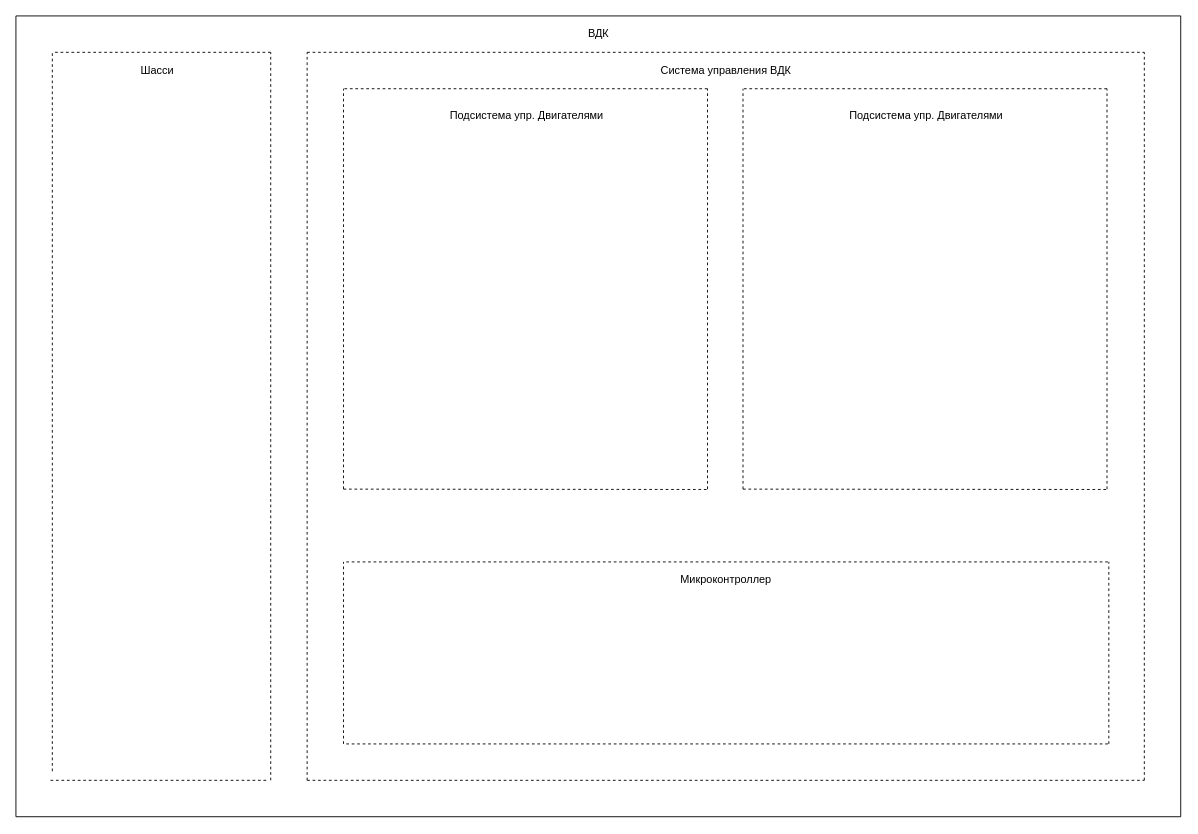
The draw.io diagram Наработки/Схемы/Функциональная схема 2.0.drawio in AlexRussellGit/VKR---Russell-Alexander, before the edit. Source tidied: cells renumbered, new cells numbered last; positions are measured from the earlier drawing's top-left corner, leaving out a move shared by most shapes. Both pictures are drawn from the tidied source at 91%, with x=0, y=0 at pixel (15, 15).
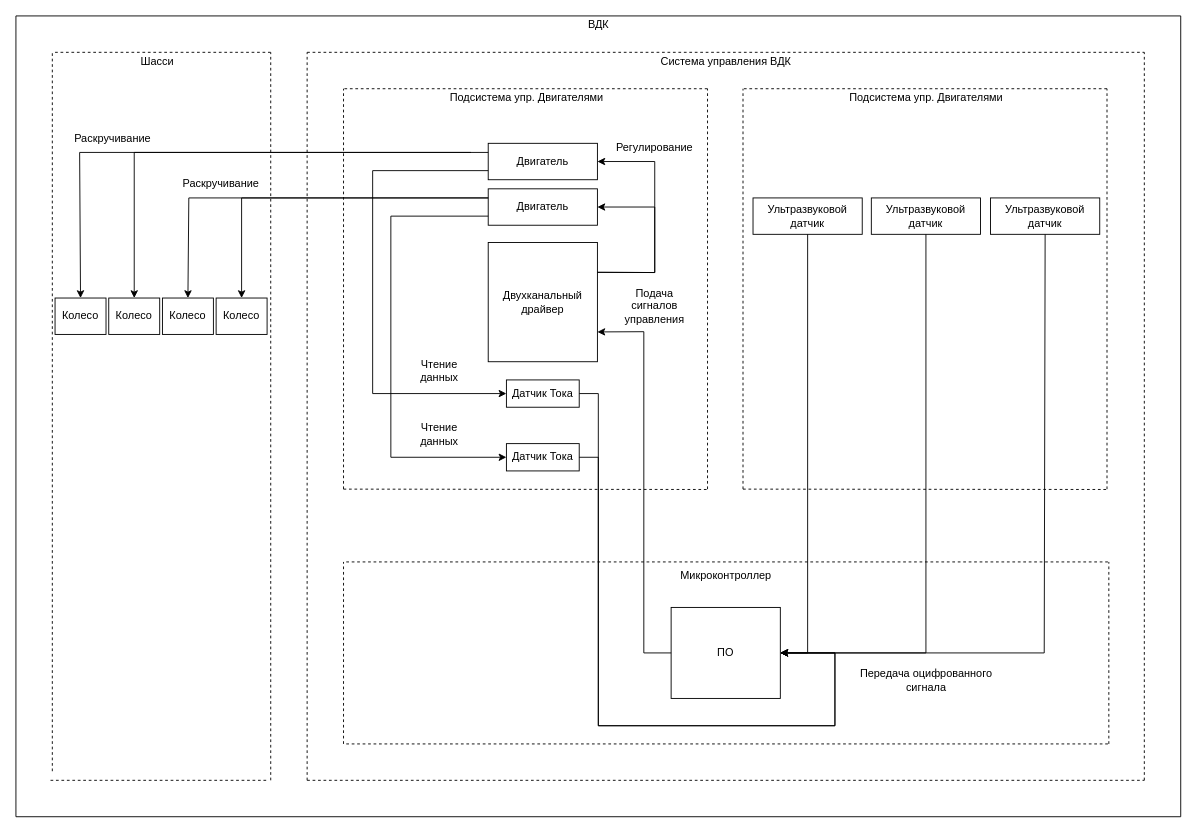
After the change.

Diff of the diagram source:
```diff
@@
     <mxCell id="6" value="ВДК" style="text;html=1;align=center;verticalAlign=middle;strokeColor=none;fillColor=none;" parent="1" vertex="1">
-      <mxGeometry x="620" y="10" width="40" height="20" as="geometry" />
+      <mxGeometry x="620" width="40" height="20" as="geometry" />
     </mxCell>
     <mxCell id="7" value="Шасси" style="text;html=1;align=center;verticalAlign=middle;strokeColor=none;fillColor=none;" parent="1" vertex="1">
-      <mxGeometry x="130" y="50" width="50" height="20" as="geometry" />
+      <mxGeometry x="130" y="40" width="50" height="20" as="geometry" />
     </mxCell>
     <mxCell id="8" value="Система управления ВДК" style="text;html=1;align=center;verticalAlign=middle;strokeColor=none;fillColor=none;" parent="1" vertex="1">
-      <mxGeometry x="700" y="50" width="160" height="20" as="geometry" />
+      <mxGeometry x="700" y="40" width="160" height="20" as="geometry" />
     </mxCell>
     <mxCell id="9" value="Подсистема упр. Двигателями" style="text;html=1;align=center;verticalAlign=middle;strokeColor=none;fillColor=none;" parent="1" vertex="1">
-      <mxGeometry x="471" y="100" width="180" height="20" as="geometry" />
+      <mxGeometry x="471" y="80" width="180" height="20" as="geometry" />
     </mxCell>
@@
     <mxCell id="22" value="Подсистема упр. Двигателями" style="text;html=1;align=center;verticalAlign=middle;strokeColor=none;fillColor=none;" parent="1" vertex="1">
-      <mxGeometry x="910" y="100" width="180" height="20" as="geometry" />
+      <mxGeometry x="910" y="80" width="180" height="20" as="geometry" />
     </mxCell>
@@
     <mxCell id="31" value="Микроконтроллер" style="text;html=1;align=center;verticalAlign=middle;strokeColor=none;fillColor=none;" parent="1" vertex="1">
-      <mxGeometry x="710" y="605" width="140" height="30" as="geometry" />
+      <mxGeometry x="710" y="600" width="140" height="30" as="geometry" />
     </mxCell>
+    <mxCell id="32" value="Двигатель" style="rounded=0;whiteSpace=wrap;html=1;" parent="1" vertex="1">
+      <mxGeometry x="519" y="140" width="120" height="40" as="geometry" />
+    </mxCell>
+    <mxCell id="33" value="Двигатель" style="rounded=0;whiteSpace=wrap;html=1;" parent="1" vertex="1">
+      <mxGeometry x="519" y="190" width="120" height="40" as="geometry" />
+    </mxCell>
+    <mxCell id="34" value="Колесо" style="rounded=0;whiteSpace=wrap;html=1;" parent="1" vertex="1">
+      <mxGeometry x="43" y="310" width="56" height="40" as="geometry" />
+    </mxCell>
+    <mxCell id="35" value="Колесо" style="rounded=0;whiteSpace=wrap;html=1;" parent="1" vertex="1">
+      <mxGeometry x="161" y="310" width="56" height="40" as="geometry" />
+    </mxCell>
+    <mxCell id="36" value="Колесо" style="rounded=0;whiteSpace=wrap;html=1;" parent="1" vertex="1">
+      <mxGeometry x="102" y="310" width="56" height="40" as="geometry" />
+    </mxCell>
+    <mxCell id="37" value="Колесо" style="rounded=0;whiteSpace=wrap;html=1;" parent="1" vertex="1">
+      <mxGeometry x="220" y="310" width="56" height="40" as="geometry" />
+    </mxCell>
+    <mxCell id="38" value="ПО" style="rounded=0;whiteSpace=wrap;html=1;" parent="1" vertex="1">
+      <mxGeometry x="720" y="650" width="120" height="100" as="geometry" />
+    </mxCell>
+    <mxCell id="39" style="endArrow=classic;html=1;rounded=0;entryX=0.5;entryY=0;entryDx=0;entryDy=0;" parent="1" edge="1" target="34">
+      <mxGeometry relative="1" as="geometry">
+        <mxPoint x="500" y="150" as="sourcePoint" />
+        <Array as="points">
+          <mxPoint x="70" y="150" />
+        </Array>
+      </mxGeometry>
+    </mxCell>
+    <mxCell id="40" style="endArrow=classic;html=1;rounded=0;exitX=0;exitY=0.25;exitDx=0;exitDy=0;entryX=0.5;entryY=0;entryDx=0;entryDy=0;" parent="1" edge="1" source="32" target="36">
+      <mxGeometry relative="1" as="geometry">
+        <Array as="points">
+          <mxPoint x="130" y="150" />
+        </Array>
+      </mxGeometry>
+    </mxCell>
+    <mxCell id="41" style="endArrow=classic;html=1;rounded=0;entryX=0.5;entryY=0;entryDx=0;entryDy=0;exitX=0;exitY=0.25;exitDx=0;exitDy=0;" parent="1" edge="1" source="33" target="35">
+      <mxGeometry relative="1" as="geometry">
+        <Array as="points">
+          <mxPoint x="190" y="200" />
+        </Array>
+      </mxGeometry>
+    </mxCell>
+    <mxCell id="42" style="endArrow=classic;html=1;rounded=0;entryX=0.5;entryY=0;entryDx=0;entryDy=0;exitX=0;exitY=0.25;exitDx=0;exitDy=0;" parent="1" edge="1" source="33" target="37">
+      <mxGeometry relative="1" as="geometry">
+        <Array as="points">
+          <mxPoint x="248" y="200" />
+        </Array>
+      </mxGeometry>
+    </mxCell>
+    <mxCell id="43" value="Раскручивание" style="text;html=1;align=center;verticalAlign=middle;strokeColor=none;fillColor=none;" parent="1" vertex="1">
+      <mxGeometry x="165" y="170" width="120" height="30" as="geometry" />
+    </mxCell>
+    <mxCell id="44" style="endArrow=classic;html=1;rounded=0;entryX=1;entryY=0.75;entryDx=0;entryDy=0;exitX=0;exitY=0.5;exitDx=0;exitDy=0;" parent="1" edge="1" source="38" target="56">
+      <mxGeometry relative="1" as="geometry">
+        <Array as="points">
+          <mxPoint x="690" y="700" />
+          <mxPoint x="690" y="347" />
+        </Array>
+      </mxGeometry>
+    </mxCell>
+    <mxCell id="45" value="Регулирование" style="text;html=1;strokeColor=none;fillColor=none;align=center;verticalAlign=middle;whiteSpace=wrap;rounded=0;" parent="1" vertex="1">
+      <mxGeometry x="672" y="130" width="60" height="30" as="geometry" />
+    </mxCell>
+    <mxCell id="46" value="Раскручивание" style="text;html=1;align=center;verticalAlign=middle;strokeColor=none;fillColor=none;" parent="1" vertex="1">
+      <mxGeometry x="46" y="120" width="120" height="30" as="geometry" />
+    </mxCell>
+    <mxCell id="47" value="Датчик Тока" style="rounded=0;whiteSpace=wrap;html=1;" parent="1" vertex="1">
+      <mxGeometry x="539" y="400" width="80" height="30" as="geometry" />
+    </mxCell>
+    <mxCell id="48" value="Датчик Тока" style="rounded=0;whiteSpace=wrap;html=1;" parent="1" vertex="1">
+      <mxGeometry x="539" y="470" width="80" height="30" as="geometry" />
+    </mxCell>
+    <mxCell id="49" style="endArrow=classic;html=1;rounded=0;exitX=0;exitY=0.75;exitDx=0;exitDy=0;entryX=0;entryY=0.5;entryDx=0;entryDy=0;" parent="1" edge="1" source="32" target="47">
+      <mxGeometry relative="1" as="geometry">
+        <Array as="points">
+          <mxPoint x="392" y="170" />
+          <mxPoint x="392" y="415" />
+        </Array>
+      </mxGeometry>
+    </mxCell>
+    <mxCell id="50" style="endArrow=classic;html=1;rounded=0;exitX=0;exitY=0.75;exitDx=0;exitDy=0;entryX=0;entryY=0.5;entryDx=0;entryDy=0;" parent="1" edge="1" source="33" target="48">
+      <mxGeometry relative="1" as="geometry">
+        <Array as="points">
+          <mxPoint x="412" y="220" />
+          <mxPoint x="412" y="485" />
+        </Array>
+      </mxGeometry>
+    </mxCell>
+    <mxCell id="51" value="&lt;div&gt;Чтение&lt;/div&gt;&lt;div&gt;данных&lt;br&gt;&lt;/div&gt;" style="text;html=1;align=center;verticalAlign=middle;strokeColor=none;fillColor=none;" parent="1" vertex="1">
+      <mxGeometry x="430" y="370" width="70" height="40" as="geometry" />
+    </mxCell>
+    <mxCell id="52" value="&lt;div&gt;Чтение&lt;/div&gt;&lt;div&gt;данных&lt;/div&gt;" style="text;html=1;align=center;verticalAlign=middle;strokeColor=none;fillColor=none;" parent="1" vertex="1">
+      <mxGeometry x="430" y="440" width="70" height="40" as="geometry" />
+    </mxCell>
+    <mxCell id="53" style="endArrow=classic;html=1;rounded=0;exitX=1;exitY=0.5;exitDx=0;exitDy=0;entryX=1;entryY=0.5;entryDx=0;entryDy=0;" parent="1" edge="1" source="47" target="38">
+      <mxGeometry relative="1" as="geometry">
+        <Array as="points">
+          <mxPoint x="640" y="415" />
+          <mxPoint x="640" y="780" />
+          <mxPoint x="900" y="780" />
+          <mxPoint x="900" y="700" />
+        </Array>
+      </mxGeometry>
+    </mxCell>
+    <mxCell id="54" style="endArrow=classic;html=1;rounded=0;exitX=1;exitY=0.5;exitDx=0;exitDy=0;entryX=1;entryY=0.5;entryDx=0;entryDy=0;" parent="1" edge="1" source="48" target="38">
+      <mxGeometry relative="1" as="geometry">
+        <Array as="points">
+          <mxPoint x="640" y="485" />
+          <mxPoint x="640" y="780" />
+          <mxPoint x="900" y="780" />
+          <mxPoint x="900" y="700" />
+        </Array>
+      </mxGeometry>
+    </mxCell>
+    <mxCell id="55" value="&lt;div align=&quot;center&quot;&gt;Передача оцифрованного&lt;br&gt;&lt;/div&gt;&lt;div align=&quot;center&quot;&gt;сигнала&lt;br&gt;&lt;/div&gt;" style="text;html=1;align=center;verticalAlign=middle;strokeColor=none;fillColor=none;" parent="1" vertex="1">
+      <mxGeometry x="905" y="710" width="190" height="40" as="geometry" />
+    </mxCell>
+    <mxCell id="56" value="Двухканальный драйвер" style="rounded=0;whiteSpace=wrap;html=1;" parent="1" vertex="1">
+      <mxGeometry x="519" y="249" width="120" height="131" as="geometry" />
+    </mxCell>
+    <mxCell id="57" style="endArrow=classic;html=1;rounded=0;exitX=1;exitY=0.25;exitDx=0;exitDy=0;entryX=1;entryY=0.5;entryDx=0;entryDy=0;" parent="1" edge="1" source="56" target="32">
+      <mxGeometry relative="1" as="geometry">
+        <Array as="points">
+          <mxPoint x="702" y="282" />
+          <mxPoint x="702" y="160" />
+        </Array>
+      </mxGeometry>
+    </mxCell>
+    <mxCell id="58" style="endArrow=classic;html=1;rounded=0;exitX=1;exitY=0.25;exitDx=0;exitDy=0;entryX=1;entryY=0.5;entryDx=0;entryDy=0;" parent="1" edge="1" source="56" target="33">
+      <mxGeometry relative="1" as="geometry">
+        <Array as="points">
+          <mxPoint x="702" y="282" />
+          <mxPoint x="702" y="210" />
+        </Array>
+      </mxGeometry>
+    </mxCell>
+    <mxCell id="59" value="Подача сигналов управления" style="text;html=1;strokeColor=none;fillColor=none;align=center;verticalAlign=middle;whiteSpace=wrap;rounded=0;" parent="1" vertex="1">
+      <mxGeometry x="672" y="303.5" width="60" height="30" as="geometry" />
+    </mxCell>
+    <mxCell id="60" value="Ультразвуковой датчик" style="rounded=0;whiteSpace=wrap;html=1;" parent="1" vertex="1">
+      <mxGeometry x="810" y="200" width="120" height="40" as="geometry" />
+    </mxCell>
+    <mxCell id="61" value="Ультразвуковой датчик" style="rounded=0;whiteSpace=wrap;html=1;" parent="1" vertex="1">
+      <mxGeometry x="1071" y="200" width="120" height="40" as="geometry" />
+    </mxCell>
+    <mxCell id="62" style="endArrow=classic;html=1;rounded=0;exitX=0.5;exitY=1;exitDx=0;exitDy=0;entryX=1;entryY=0.5;entryDx=0;entryDy=0;" parent="1" edge="1" source="60" target="38">
+      <mxGeometry relative="1" as="geometry">
+        <Array as="points">
+          <mxPoint x="870" y="700" />
+        </Array>
+      </mxGeometry>
+    </mxCell>
+    <mxCell id="63" style="endArrow=classic;html=1;rounded=0;exitX=0.5;exitY=1;exitDx=0;exitDy=0;entryX=1;entryY=0.5;entryDx=0;entryDy=0;" parent="1" edge="1" source="61" target="38">
+      <mxGeometry relative="1" as="geometry">
+        <Array as="points">
+          <mxPoint x="1130" y="700" />
+        </Array>
+      </mxGeometry>
+    </mxCell>
+    <mxCell id="64" value="Ультразвуковой датчик" style="rounded=0;whiteSpace=wrap;html=1;" parent="1" vertex="1">
+      <mxGeometry x="940" y="200" width="120" height="40" as="geometry" />
+    </mxCell>
+    <mxCell id="65" style="endArrow=classic;html=1;rounded=0;entryX=1;entryY=0.5;entryDx=0;entryDy=0;exitX=0.5;exitY=1;exitDx=0;exitDy=0;" parent="1" edge="1" source="64" target="38">
+      <mxGeometry relative="1" as="geometry">
+        <Array as="points">
+          <mxPoint x="1000" y="700" />
+        </Array>
+      </mxGeometry>
+    </mxCell>
```
